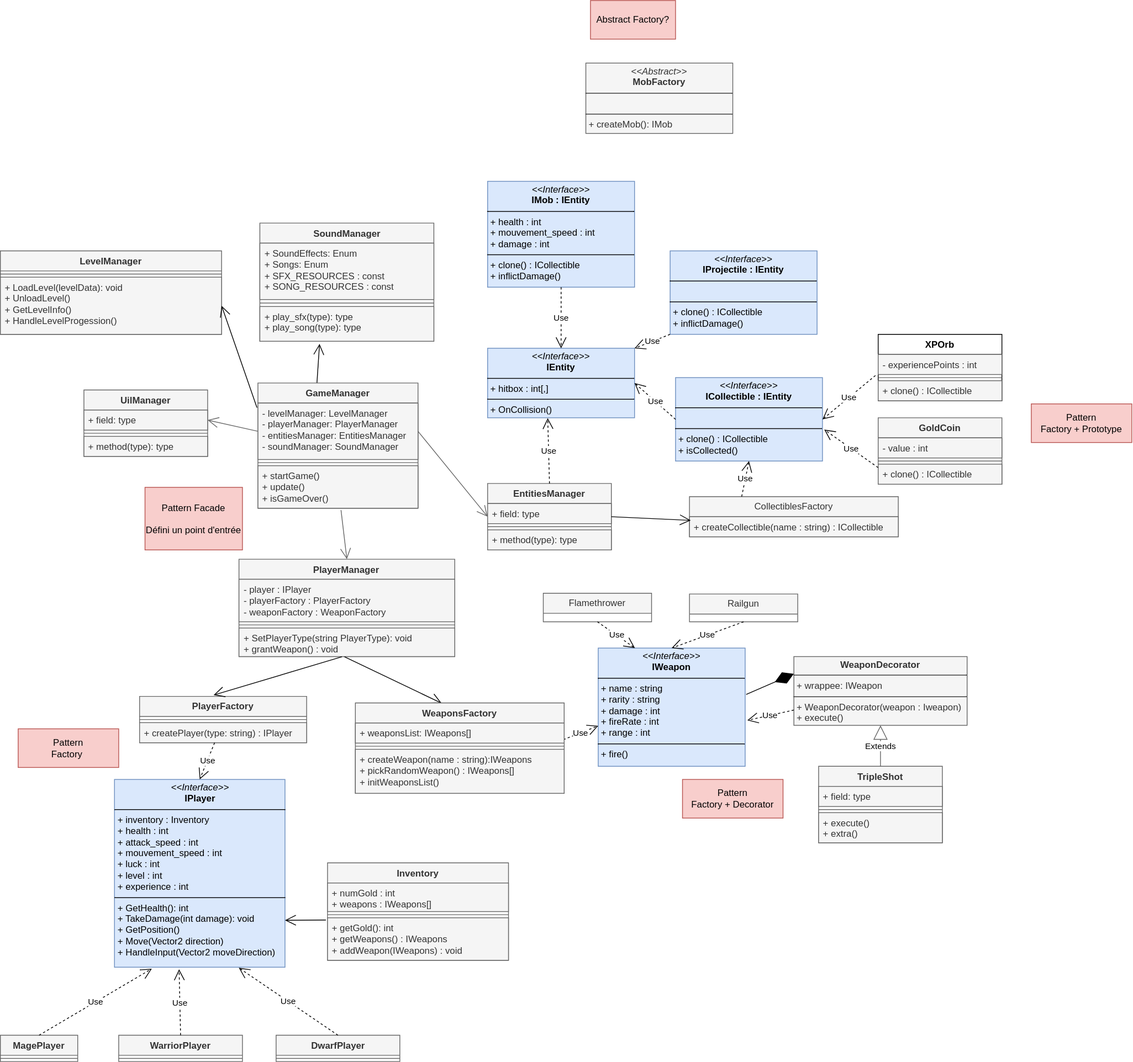
Before: class_diagram.drawio.svg, a diagram exported from draw.io (CNAM-gaming/vampire_survivors). Source tidied: cells renumbered, new cells last; positions are measured from the earlier drawing's top-left corner, leaving out a move shared by most shapes.
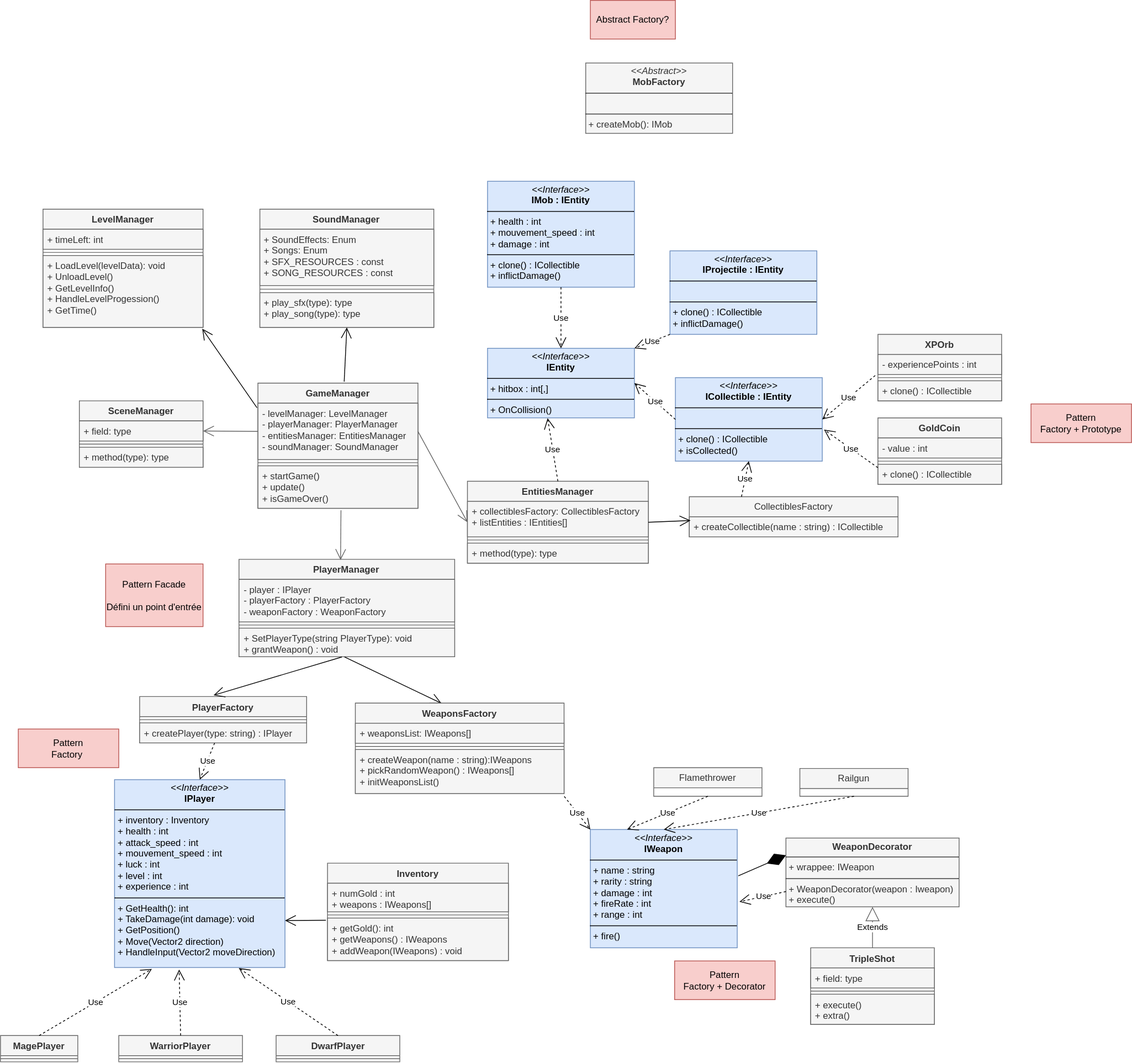
The same diagram one commit later.

Commit message:
Mettre à jour class_diagram.drawio.svg

The edit, as a diff of the source:
```diff
@@ -12,25 +12,25 @@
       <mxGeometry x="147.5" y="1008" width="220.5" height="243" as="geometry" />
     </mxCell>
     <mxCell id="5" value="&lt;p style=&quot;margin:0px;margin-top:4px;text-align:center;&quot;&gt;&lt;i&gt;&amp;lt;&amp;lt;Interface&amp;gt;&amp;gt;&lt;/i&gt;&lt;br&gt;&lt;b&gt;IWeapon&lt;/b&gt;&lt;/p&gt;&lt;hr size=&quot;1&quot; style=&quot;border-style:solid;&quot;&gt;&lt;p style=&quot;margin:0px;margin-left:4px;&quot;&gt;+ name : string&lt;br&gt;+ rarity : string&lt;/p&gt;&lt;p style=&quot;margin:0px;margin-left:4px;&quot;&gt;+ damage : int&lt;/p&gt;&lt;p style=&quot;margin:0px;margin-left:4px;&quot;&gt;+ fireRate : int&lt;/p&gt;&lt;p style=&quot;margin:0px;margin-left:4px;&quot;&gt;+ range : int&lt;/p&gt;&lt;hr size=&quot;1&quot; style=&quot;border-style:solid;&quot;&gt;&lt;p style=&quot;margin:0px;margin-left:4px;&quot;&gt;+ fire()&lt;br&gt;&lt;/p&gt;" style="verticalAlign=top;align=left;overflow=fill;html=1;whiteSpace=wrap;fillColor=#dae8fc;strokeColor=#6c8ebf;" parent="1" vertex="1">
-      <mxGeometry x="773" y="838" width="190" height="153" as="geometry" />
+      <mxGeometry x="763" y="1072.5" width="190" height="153" as="geometry" />
     </mxCell>
-    <mxCell id="6" value="Use" style="endArrow=open;endSize=12;dashed=1;html=1;rounded=0;exitX=0.996;exitY=0.829;exitDx=0;exitDy=0;exitPerimeter=0;entryX=0;entryY=0.658;entryDx=0;entryDy=0;entryPerimeter=0;" parent="1" edge="1" source="82" target="5">
+    <mxCell id="6" value="Use" style="endArrow=open;endSize=12;dashed=1;html=1;rounded=0;exitX=1.001;exitY=1.065;exitDx=0;exitDy=0;exitPerimeter=0;entryX=0;entryY=0;entryDx=0;entryDy=0;" parent="1" edge="1" source="84" target="5">
       <mxGeometry relative="1" as="geometry" />
     </mxCell>
     <mxCell id="7" value="Use" style="endArrow=open;endSize=12;dashed=1;html=1;rounded=0;entryX=0.219;entryY=1.008;entryDx=0;entryDy=0;exitX=0.5;exitY=0;exitDx=0;exitDy=0;entryPerimeter=0;" parent="1" edge="1" source="2" target="4">
       <mxGeometry relative="1" as="geometry" />
     </mxCell>
     <mxCell id="8" value="Railgun" style="swimlane;fontStyle=0;horizontal=1;startSize=26;fillColor=#f5f5f5;whiteSpace=wrap;html=1;fontColor=#333333;strokeColor=#666666;" parent="1" vertex="1">
-      <mxGeometry x="891" y="768" width="140" height="36" as="geometry" />
+      <mxGeometry x="1034" y="993.5" width="140" height="36" as="geometry" />
     </mxCell>
     <mxCell id="9" value="Flamethrower" style="swimlane;fontStyle=0;horizontal=1;startSize=26;fillColor=#f5f5f5;whiteSpace=wrap;html=1;fontColor=#333333;strokeColor=#666666;" parent="1" vertex="1">
-      <mxGeometry x="702" y="767" width="140" height="37" as="geometry" />
+      <mxGeometry x="845" y="992.5" width="140" height="37" as="geometry" />
     </mxCell>
     <mxCell id="10" value="&lt;p style=&quot;margin:0px;margin-top:4px;text-align:center;&quot;&gt;&lt;b&gt;WeaponDecorator&lt;/b&gt;&lt;/p&gt;&lt;hr size=&quot;1&quot; style=&quot;border-style:solid;&quot;&gt;&lt;p style=&quot;margin:0px;margin-left:4px;&quot;&gt;+ wrappee: IWeapon&lt;/p&gt;&lt;hr size=&quot;1&quot; style=&quot;border-style:solid;&quot;&gt;&lt;p style=&quot;margin:0px;margin-left:4px;&quot;&gt;+ WeaponDecorator(weapon : Iweapon)&lt;br&gt;&lt;/p&gt;&lt;p style=&quot;margin:0px;margin-left:4px;&quot;&gt;+ execute()&lt;br&gt;&lt;/p&gt;" style="verticalAlign=top;align=left;overflow=fill;html=1;whiteSpace=wrap;fillColor=#f5f5f5;fontColor=#333333;strokeColor=#666666;" parent="1" vertex="1">
-      <mxGeometry x="1026" y="849" width="224" height="89" as="geometry" />
+      <mxGeometry x="1016" y="1083.5" width="224" height="89" as="geometry" />
     </mxCell>
     <mxCell id="11" value="TripleShot" style="swimlane;fontStyle=1;align=center;verticalAlign=top;horizontal=1;startSize=26;whiteSpace=wrap;html=1;fillColor=#f5f5f5;fontColor=#333333;strokeColor=#666666;" parent="1" vertex="1">
-      <mxGeometry x="1058" y="991" width="160" height="99" as="geometry" />
+      <mxGeometry x="1048" y="1225.5" width="160" height="99" as="geometry" />
     </mxCell>
     <mxCell id="12" value="+ field: type" style="text;align=left;verticalAlign=top;spacingLeft=4;spacingRight=4;overflow=hidden;whiteSpace=wrap;html=1;fillColor=#f5f5f5;fontColor=#333333;strokeColor=#666666;" parent="11" vertex="1">
       <mxGeometry y="26" width="160" height="26" as="geometry" />
@@ -60,7 +60,7 @@
       <mxGeometry x="757" y="81" width="190" height="91" as="geometry" />
     </mxCell>
     <mxCell id="21" value="SoundManager&lt;div&gt;&lt;br&gt;&lt;/div&gt;" style="swimlane;fontStyle=1;align=center;verticalAlign=top;horizontal=1;startSize=26;whiteSpace=wrap;html=1;fillColor=#f5f5f5;fontColor=#333333;strokeColor=#666666;" parent="1" vertex="1">
-      <mxGeometry x="335.5" y="288" width="225" height="153" as="geometry" />
+      <mxGeometry x="335.5" y="270" width="225" height="153" as="geometry" />
     </mxCell>
     <mxCell id="22" value="&lt;div&gt;&lt;span style=&quot;background-color: initial;&quot;&gt;+ SoundEffects: Enum&lt;/span&gt;&lt;br&gt;&lt;/div&gt;&lt;div&gt;+ Songs: Enum&lt;br&gt;&lt;/div&gt;&lt;div&gt;+ SFX_RESOURCES : const&amp;nbsp;&lt;br&gt;+ SONG_RESOURCES : const&lt;/div&gt;&lt;div&gt;&lt;br&gt;&lt;/div&gt;" style="text;align=left;verticalAlign=top;spacingLeft=4;spacingRight=4;overflow=hidden;whiteSpace=wrap;html=1;fillColor=#f5f5f5;fontColor=#333333;strokeColor=#666666;" parent="21" vertex="1">
       <mxGeometry y="26" width="225" height="73" as="geometry" />
@@ -71,9 +71,6 @@
     <mxCell id="24" value="+ play_sfx(type): type&lt;div&gt;+ play_song(type): type&lt;/div&gt;" style="text;align=left;verticalAlign=top;spacingLeft=4;spacingRight=4;overflow=hidden;points=[[0,0.5],[1,0.5]];portConstraint=eastwest;whiteSpace=wrap;html=1;fillColor=#f5f5f5;fontColor=#333333;strokeColor=#666666;" parent="21" vertex="1">
       <mxGeometry y="108" width="225" height="45" as="geometry" />
     </mxCell>
-    <mxCell id="25" style="endArrow=open;endFill=1;endSize=12;html=1;rounded=0;exitX=0.368;exitY=0.012;exitDx=0;exitDy=0;entryX=0.343;entryY=1.073;entryDx=0;entryDy=0;entryPerimeter=0;exitPerimeter=0;" parent="1" edge="1" source="37" target="24">
-      <mxGeometry relative="1" as="geometry" />
-    </mxCell>
     <mxCell id="26" value="GoldCoin" style="swimlane;fontStyle=1;align=center;verticalAlign=top;horizontal=1;startSize=26;whiteSpace=wrap;html=1;fillColor=#f5f5f5;fontColor=#333333;strokeColor=#666666;" parent="1" vertex="1">
       <mxGeometry x="1135" y="540" width="160" height="86" as="geometry" />
     </mxCell>
@@ -86,7 +83,7 @@
     <mxCell id="29" value="+ clone() : ICollectible" style="text;strokeColor=#666666;fillColor=#f5f5f5;align=left;verticalAlign=top;spacingLeft=4;spacingRight=4;overflow=hidden;whiteSpace=wrap;html=1;fontColor=#333333;" parent="26" vertex="1">
       <mxGeometry y="60" width="160" height="26" as="geometry" />
     </mxCell>
-    <mxCell id="30" value="XPOrb" style="swimlane;fontStyle=1;align=center;verticalAlign=top;horizontal=1;startSize=26;whiteSpace=wrap;html=1;" parent="1" vertex="1">
+    <mxCell id="30" value="XPOrb" style="swimlane;fontStyle=1;align=center;verticalAlign=top;horizontal=1;startSize=26;whiteSpace=wrap;html=1;fillColor=#f5f5f5;fontColor=#333333;strokeColor=#666666;" parent="1" vertex="1">
       <mxGeometry x="1135" y="432" width="160" height="86" as="geometry" />
     </mxCell>
     <mxCell id="31" value="- experiencePoints : int" style="text;strokeColor=#666666;fillColor=#f5f5f5;align=left;verticalAlign=top;spacingLeft=4;spacingRight=4;overflow=hidden;whiteSpace=wrap;html=1;fontColor=#333333;" parent="30" vertex="1">
@@ -119,26 +116,17 @@
     <mxCell id="40" value="+ startGame()&lt;div&gt;+ update()&lt;/div&gt;&lt;div&gt;+ isGameOver()&lt;/div&gt;" style="text;strokeColor=#666666;fillColor=#f5f5f5;align=left;verticalAlign=top;spacingLeft=4;spacingRight=4;overflow=hidden;points=[[0,0.5],[1,0.5]];portConstraint=eastwest;whiteSpace=wrap;html=1;fontColor=#333333;" parent="37" vertex="1">
       <mxGeometry y="107" width="207" height="55" as="geometry" />
     </mxCell>
-    <mxCell id="41" value="LevelManager&lt;div&gt;&lt;br&gt;&lt;/div&gt;" style="swimlane;fontStyle=1;align=center;verticalAlign=top;horizontal=1;startSize=26;whiteSpace=wrap;html=1;fillColor=#f5f5f5;fontColor=#333333;strokeColor=#666666;" parent="1" vertex="1">
-      <mxGeometry y="324" width="286" height="108" as="geometry" />
-    </mxCell>
-    <mxCell id="42" style="line;strokeWidth=1;fillColor=#f5f5f5;align=left;verticalAlign=middle;spacingTop=-1;spacingLeft=3;spacingRight=3;labelPosition=right;strokeColor=#666666;fontColor=#333333;" parent="41" vertex="1">
-      <mxGeometry y="26" width="286" height="8" as="geometry" />
-    </mxCell>
-    <mxCell id="43" value="+ LoadLevel(levelData): void&lt;div&gt;+ UnloadLevel()&lt;/div&gt;&lt;div&gt;+ GetLevelInfo()&lt;/div&gt;&lt;div&gt;+ HandleLevelProgession()&lt;/div&gt;" style="text;strokeColor=#666666;fillColor=#f5f5f5;align=left;verticalAlign=top;spacingLeft=4;spacingRight=4;overflow=hidden;points=[[0,0.5],[1,0.5]];portConstraint=eastwest;whiteSpace=wrap;html=1;fontColor=#333333;" parent="41" vertex="1">
-      <mxGeometry y="34" width="286" height="74" as="geometry" />
-    </mxCell>
     <mxCell id="44" value="&lt;div&gt;EntitiesManager&lt;/div&gt;" style="swimlane;fontStyle=1;align=center;verticalAlign=top;horizontal=1;startSize=26;whiteSpace=wrap;html=1;fillColor=#f5f5f5;fontColor=#333333;strokeColor=#666666;" parent="1" vertex="1">
-      <mxGeometry x="630" y="625" width="160" height="86" as="geometry" />
+      <mxGeometry x="604" y="622" width="234" height="106" as="geometry" />
     </mxCell>
-    <mxCell id="45" value="+ field: type" style="text;strokeColor=#666666;fillColor=#f5f5f5;align=left;verticalAlign=top;spacingLeft=4;spacingRight=4;overflow=hidden;whiteSpace=wrap;html=1;fontColor=#333333;" parent="44" vertex="1">
-      <mxGeometry y="26" width="160" height="26" as="geometry" />
+    <mxCell id="45" value="+ collectiblesFactory: CollectiblesFactory&lt;div&gt;+ listEntities : IEntities[]&lt;/div&gt;" style="text;strokeColor=#666666;fillColor=#f5f5f5;align=left;verticalAlign=top;spacingLeft=4;spacingRight=4;overflow=hidden;whiteSpace=wrap;html=1;fontColor=#333333;" parent="44" vertex="1">
+      <mxGeometry y="26" width="234" height="46" as="geometry" />
     </mxCell>
     <mxCell id="46" style="line;strokeWidth=1;fillColor=#f5f5f5;align=left;verticalAlign=middle;spacingTop=-1;spacingLeft=3;spacingRight=3;labelPosition=right;strokeColor=#666666;fontColor=#333333;" parent="44" vertex="1">
-      <mxGeometry y="52" width="160" height="8" as="geometry" />
+      <mxGeometry y="72" width="234" height="8" as="geometry" />
     </mxCell>
     <mxCell id="47" value="+ method(type): type" style="text;strokeColor=#666666;fillColor=#f5f5f5;align=left;verticalAlign=top;spacingLeft=4;spacingRight=4;overflow=hidden;whiteSpace=wrap;html=1;fontColor=#333333;" parent="44" vertex="1">
-      <mxGeometry y="60" width="160" height="26" as="geometry" />
+      <mxGeometry y="80" width="234" height="26" as="geometry" />
     </mxCell>
     <mxCell id="48" value="&lt;div&gt;PlayerManager&lt;/div&gt;" style="swimlane;fontStyle=1;align=center;verticalAlign=top;horizontal=1;startSize=26;whiteSpace=wrap;html=1;fillColor=#f5f5f5;fontColor=#333333;strokeColor=#666666;" parent="1" vertex="1">
       <mxGeometry x="308.5" y="723" width="279" height="126" as="geometry" />
@@ -152,8 +140,8 @@
     <mxCell id="51" value="+ SetPlayerType(string PlayerType): void&lt;div&gt;+ grantWeapon() : void&lt;/div&gt;" style="text;strokeColor=#666666;fillColor=#f5f5f5;align=left;verticalAlign=top;spacingLeft=4;spacingRight=4;overflow=hidden;points=[[0,0.5],[1,0.5]];portConstraint=eastwest;whiteSpace=wrap;html=1;fontColor=#333333;" parent="48" vertex="1">
       <mxGeometry y="89" width="279" height="37" as="geometry" />
     </mxCell>
-    <mxCell id="52" value="UilManager&lt;div&gt;&lt;br&gt;&lt;/div&gt;" style="swimlane;fontStyle=1;align=center;verticalAlign=top;horizontal=1;startSize=26;whiteSpace=wrap;html=1;fillColor=#f5f5f5;fontColor=#333333;strokeColor=#666666;" parent="1" vertex="1">
-      <mxGeometry x="108" y="504" width="160" height="86" as="geometry" />
+    <mxCell id="52" value="SceneManager&lt;div&gt;&lt;br&gt;&lt;/div&gt;" style="swimlane;fontStyle=1;align=center;verticalAlign=top;horizontal=1;startSize=26;whiteSpace=wrap;html=1;fillColor=#f5f5f5;fontColor=#333333;strokeColor=#666666;" parent="1" vertex="1">
+      <mxGeometry x="102" y="518" width="160" height="86" as="geometry" />
     </mxCell>
     <mxCell id="53" value="+ field: type" style="text;strokeColor=#666666;fillColor=#f5f5f5;align=left;verticalAlign=top;spacingLeft=4;spacingRight=4;overflow=hidden;points=[[0,0.5],[1,0.5]];portConstraint=eastwest;whiteSpace=wrap;html=1;fontColor=#333333;" parent="52" vertex="1">
       <mxGeometry y="26" width="160" height="26" as="geometry" />
@@ -165,18 +153,18 @@
       <mxGeometry y="60" width="160" height="26" as="geometry" />
     </mxCell>
     <mxCell id="56" value="Pattern Facade&lt;br&gt;&lt;br&gt;Défini un point d'entrée" style="html=1;whiteSpace=wrap;fillColor=#f8cecc;strokeColor=#b85450;" parent="1" vertex="1">
-      <mxGeometry x="187" y="630" width="126" height="81" as="geometry" />
+      <mxGeometry x="136" y="729" width="126" height="81" as="geometry" />
     </mxCell>
     <mxCell id="57" value="Pattern&lt;br&gt;Factory + Prototype" style="html=1;whiteSpace=wrap;fillColor=#f8cecc;strokeColor=#b85450;" parent="1" vertex="1">
       <mxGeometry x="1333" y="522" width="130" height="50" as="geometry" />
     </mxCell>
     <mxCell id="58" value="Pattern&lt;br&gt;Factory + Decorator" style="html=1;whiteSpace=wrap;fillColor=#f8cecc;strokeColor=#b85450;" parent="1" vertex="1">
-      <mxGeometry x="882" y="1008" width="130" height="50" as="geometry" />
+      <mxGeometry x="872" y="1242.5" width="130" height="50" as="geometry" />
     </mxCell>
     <mxCell id="59" value="Abstract Factory?" style="html=1;whiteSpace=wrap;fillColor=#f8cecc;strokeColor=#b85450;" parent="1" vertex="1">
       <mxGeometry x="763" width="110" height="50" as="geometry" />
     </mxCell>
-    <mxCell id="60" style="endArrow=open;endFill=1;endSize=12;html=1;rounded=0;exitX=0.519;exitY=1.045;exitDx=0;exitDy=0;exitPerimeter=0;entryX=0.5;entryY=0;entryDx=0;entryDy=0;fillColor=#f5f5f5;strokeColor=#666666;" parent="1" edge="1" source="40" target="48">
+    <mxCell id="60" style="endArrow=open;endFill=1;endSize=12;html=1;rounded=0;exitX=0.519;exitY=1.045;exitDx=0;exitDy=0;exitPerimeter=0;entryX=0.471;entryY=0.007;entryDx=0;entryDy=0;fillColor=#f5f5f5;strokeColor=#666666;entryPerimeter=0;" parent="1" edge="1" source="40" target="48">
       <mxGeometry relative="1" as="geometry" />
     </mxCell>
     <mxCell id="61" style="endArrow=open;endFill=1;endSize=12;html=1;rounded=0;exitX=1;exitY=0.5;exitDx=0;exitDy=0;fillColor=#f5f5f5;strokeColor=#666666;entryX=0;entryY=0.5;entryDx=0;entryDy=0;" parent="1" edge="1" source="38" target="44">
@@ -185,7 +173,7 @@
     <mxCell id="62" style="endArrow=open;endFill=1;endSize=12;html=1;rounded=0;exitX=0;exitY=0.5;exitDx=0;exitDy=0;entryX=1;entryY=0.5;entryDx=0;entryDy=0;fillColor=#f5f5f5;strokeColor=#666666;" parent="1" edge="1" source="38" target="53">
       <mxGeometry relative="1" as="geometry" />
     </mxCell>
-    <mxCell id="63" style="endArrow=open;endFill=1;endSize=12;html=1;rounded=0;exitX=-0.006;exitY=0.08;exitDx=0;exitDy=0;exitPerimeter=0;entryX=1;entryY=0.5;entryDx=0;entryDy=0;" parent="1" edge="1" source="38" target="43">
+    <mxCell id="63" style="endArrow=open;endFill=1;endSize=12;html=1;rounded=0;exitX=-0.006;exitY=0.08;exitDx=0;exitDy=0;exitPerimeter=0;entryX=0.995;entryY=1.018;entryDx=0;entryDy=0;entryPerimeter=0;" parent="1" edge="1" source="38" target="99">
       <mxGeometry relative="1" as="geometry" />
     </mxCell>
     <mxCell id="64" value="Inventory&lt;div&gt;&lt;br&gt;&lt;/div&gt;" style="swimlane;fontStyle=1;align=center;verticalAlign=top;horizontal=1;startSize=26;whiteSpace=wrap;html=1;fillColor=#f5f5f5;fontColor=#333333;strokeColor=#666666;" parent="1" vertex="1">
@@ -287,5 +275,20 @@
     <mxCell id="96" value="Use" style="endArrow=open;endSize=12;dashed=1;html=1;rounded=0;exitX=-0.022;exitY=-0.26;exitDx=0;exitDy=0;exitPerimeter=0;entryX=1;entryY=0.5;entryDx=0;entryDy=0;" parent="1" edge="1" source="33" target="36">
       <mxGeometry relative="1" as="geometry" />
     </mxCell>
+    <mxCell id="25" style="endArrow=open;endFill=1;endSize=12;html=1;rounded=0;exitX=0.539;exitY=-0.011;exitDx=0;exitDy=0;entryX=0.5;entryY=1;entryDx=0;entryDy=0;exitPerimeter=0;" parent="1" edge="1" source="37" target="21">
+      <mxGeometry relative="1" as="geometry" />
+    </mxCell>
+    <mxCell id="41" value="LevelManager" style="swimlane;fontStyle=1;align=center;verticalAlign=top;horizontal=1;startSize=26;whiteSpace=wrap;html=1;fillColor=#f5f5f5;strokeColor=#666666;fontColor=#333333;" parent="1" vertex="1">
+      <mxGeometry x="55" y="270" width="207" height="153" as="geometry" />
+    </mxCell>
+    <mxCell id="97" value="+ timeLeft: int" style="text;strokeColor=#666666;fillColor=#f5f5f5;align=left;verticalAlign=top;spacingLeft=4;spacingRight=4;overflow=hidden;whiteSpace=wrap;html=1;fontColor=#333333;" parent="41" vertex="1">
+      <mxGeometry y="26" width="207" height="26" as="geometry" />
+    </mxCell>
+    <mxCell id="98" style="line;strokeWidth=1;fillColor=none;align=left;verticalAlign=middle;spacingTop=-1;spacingLeft=3;spacingRight=3;labelPosition=right;strokeColor=inherit;" parent="41" vertex="1">
+      <mxGeometry y="52" width="207" height="8" as="geometry" />
+    </mxCell>
+    <mxCell id="99" value="+ LoadLevel(levelData): void&lt;div&gt;+ UnloadLevel()&lt;/div&gt;&lt;div&gt;+ GetLevelInfo()&lt;/div&gt;&lt;div&gt;+ HandleLevelProgession()&lt;/div&gt;&lt;div&gt;+ GetTime()&lt;/div&gt;" style="text;strokeColor=#666666;fillColor=#f5f5f5;align=left;verticalAlign=top;spacingLeft=4;spacingRight=4;overflow=hidden;points=[[0,0.5],[1,0.5]];portConstraint=eastwest;whiteSpace=wrap;html=1;fontColor=#333333;" parent="41" vertex="1">
+      <mxGeometry y="60" width="207" height="93" as="geometry" />
+    </mxCell>
   </root>
 </mxGraphModel>
```
